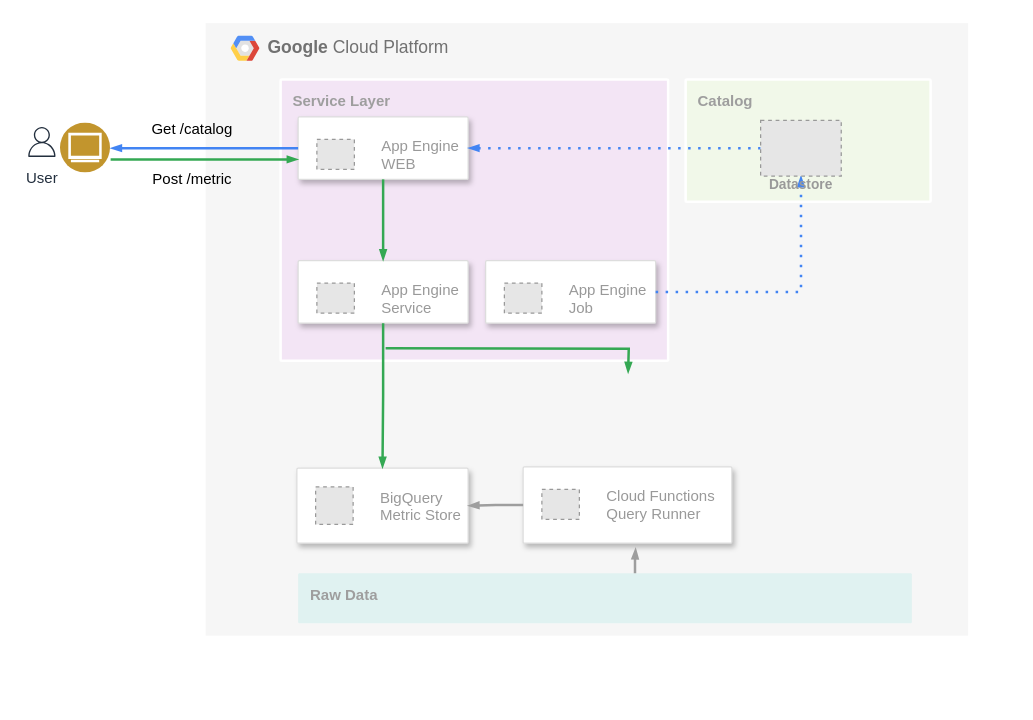
This is Azure/Untitled Diagram.drawio from yiben-zhengjing/CloudStudy, a draw.io file, before an edit. Source tidied: cells renumbered, new cells numbered last; positions are measured from the earlier drawing's top-left corner, leaving out a move shared by most shapes. Both pictures are drawn from the tidied source at 125%, with x=0, y=0 at pixel (22, 22). Pictures stored in the file or linked from it are replaced by grey dashed boxes.
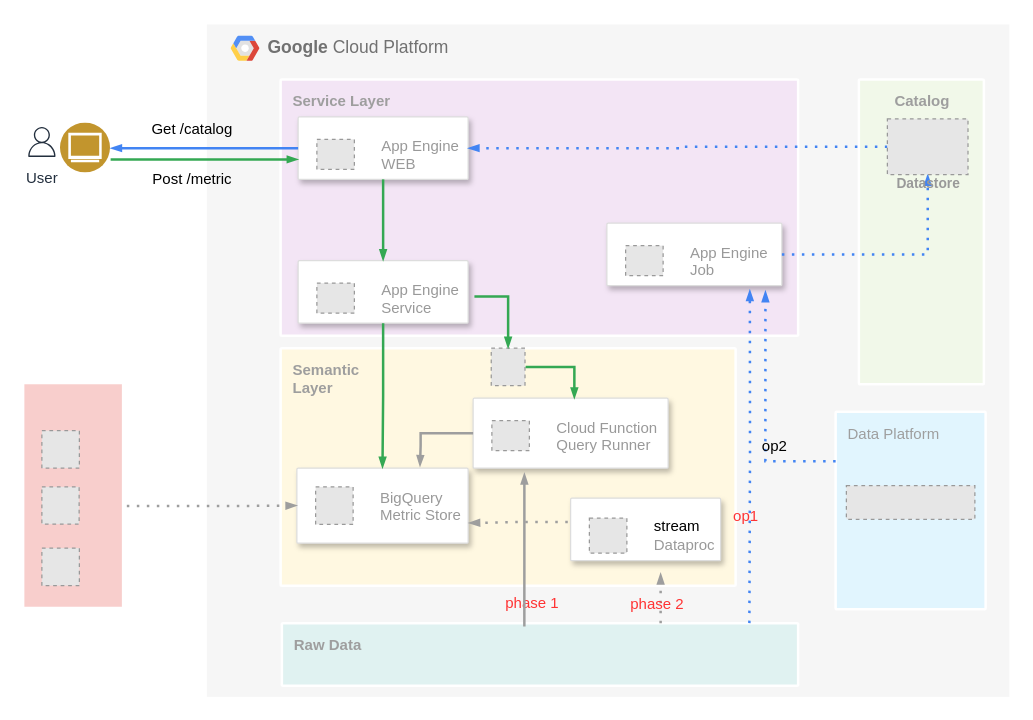
After the change.

The change refers to these unchanged cells:
```xml
<mxCell id="16" style="strokeColor=#dddddd;shadow=1;strokeWidth=1;rounded=1;absoluteArcSize=1;arcSize=2;labelBackgroundColor=none;fontColor=none;" parent="1" vertex="1">
  <mxGeometry x="220" y="190" width="136" height="50" as="geometry" />
</mxCell>
<mxCell id="20" style="strokeColor=#dddddd;shadow=1;strokeWidth=1;rounded=1;absoluteArcSize=1;arcSize=2;labelBackgroundColor=none;fontColor=none;" parent="1" vertex="1">
  <mxGeometry x="219" y="356" width="137" height="60" as="geometry" />
</mxCell>
```

What changed in the source:
```diff
@@
+    <mxCell id="31" style="whiteSpace=wrap;html=1;labelBackgroundColor=none;strokeColor=#FFFFFF;strokeWidth=2;fillColor=#f8cecc;" parent="1" vertex="1">
+      <mxGeometry y="287.9" width="80" height="180" as="geometry" />
+    </mxCell>
@@
-    <mxCell id="3" value="&lt;b&gt;Google &lt;/b&gt;Cloud Platform" style="fillColor=#F6F6F6;strokeColor=none;shadow=0;gradientColor=none;fontSize=14;align=left;spacing=10;fontColor=#717171;9E9E9E;verticalAlign=top;spacingTop=-4;fontStyle=0;spacingLeft=40;html=1;" parent="1" vertex="1">
-      <mxGeometry x="146" width="610" height="490" as="geometry" />
+    <mxCell id="3" value="&lt;b&gt;Google &lt;/b&gt;Cloud Platform" style="fillColor=#F6F6F6;strokeColor=#FFFFFF;shadow=0;gradientColor=none;fontSize=14;align=left;spacing=10;fontColor=#717171;9E9E9E;verticalAlign=top;spacingTop=-4;fontStyle=0;spacingLeft=40;html=1;strokeWidth=2;" parent="1" vertex="1">
+      <mxGeometry x="146" width="644" height="540" as="geometry" />
     </mxCell>
+    <mxCell id="32" value="Data Platform" style="sketch=0;points=[[0,0,0],[0.25,0,0],[0.5,0,0],[0.75,0,0],[1,0,0],[1,0.25,0],[1,0.5,0],[1,0.75,0],[1,1,0],[0.75,1,0],[0.5,1,0],[0.25,1,0],[0,1,0],[0,0.75,0],[0,0.5,0],[0,0.25,0]];rounded=1;absoluteArcSize=1;arcSize=2;html=1;strokeColor=#FFFFFF;gradientColor=none;shadow=0;dashed=0;fontSize=12;fontColor=#9E9E9E;align=left;verticalAlign=top;spacing=10;spacingTop=-4;fillColor=#E1F5FE;labelBackgroundColor=none;strokeWidth=2;" parent="1" vertex="1">
+      <mxGeometry x="650" y="310.9" width="120" height="158" as="geometry" />
+    </mxCell>
+    <mxCell id="33" value="&lt;b&gt;Semantic&lt;br&gt;Layer&lt;/b&gt;" style="sketch=0;rounded=1;absoluteArcSize=1;arcSize=2;html=1;strokeColor=#FFFFFF;gradientColor=none;shadow=0;dashed=0;fontSize=12;fontColor=#9E9E9E;align=left;verticalAlign=top;spacing=10;spacingTop=-4;fillColor=#FFF8E1;labelBackgroundColor=none;strokeWidth=2;" parent="1" vertex="1">
+      <mxGeometry x="206" y="260" width="364" height="190" as="geometry" />
+    </mxCell>
@@
-    <mxCell id="6" value="&lt;b&gt;Catalog&lt;/b&gt;" style="sketch=0;rounded=1;absoluteArcSize=1;arcSize=2;html=1;strokeColor=#FFFFFF;gradientColor=none;shadow=0;dashed=0;fontSize=12;fontColor=#9E9E9E;align=left;verticalAlign=top;spacing=10;spacingTop=-4;fillColor=#F1F8E9;labelBackgroundColor=none;strokeWidth=2;" parent="1" vertex="1">
-      <mxGeometry x="530" y="45" width="196" height="97.8" as="geometry" />
+    <mxCell id="6" value="&lt;b&gt;Catalog&lt;/b&gt;" style="sketch=0;rounded=1;absoluteArcSize=1;arcSize=2;html=1;strokeColor=#FFFFFF;gradientColor=none;shadow=0;dashed=0;fontSize=12;fontColor=#9E9E9E;align=center;verticalAlign=top;spacing=10;spacingTop=-4;fillColor=#F1F8E9;labelBackgroundColor=none;strokeWidth=2;" parent="1" vertex="1">
+      <mxGeometry x="668.6" y="45" width="100" height="243.9" as="geometry" />
     </mxCell>
@@
     <mxCell id="8" value="&lt;b&gt;Service Layer&lt;/b&gt;" style="sketch=0;rounded=1;absoluteArcSize=1;arcSize=2;html=1;strokeColor=#FFFFFF;gradientColor=none;shadow=0;dashed=0;fontSize=12;fontColor=#9E9E9E;align=left;verticalAlign=top;spacing=10;spacingTop=-4;fillColor=#F3E5F5;strokeWidth=2;" parent="1" vertex="1">
-      <mxGeometry x="206" y="45" width="310" height="225" as="geometry" />
+      <mxGeometry x="206" y="45" width="414" height="205" as="geometry" />
     </mxCell>
@@
     <mxCell id="11" style="strokeColor=#dddddd;shadow=1;strokeWidth=1;rounded=1;absoluteArcSize=1;arcSize=2;labelBackgroundColor=none;fontColor=none;" parent="1" vertex="1">
-      <mxGeometry x="370" y="190" width="136" height="50" as="geometry" />
+      <mxGeometry x="467" y="160" width="140" height="50" as="geometry" />
     </mxCell>
@@
     <mxCell id="15" value="Datastore" style="fillColor=#E6E6E6;strokeColor=#999999;dashed=1;html=1;verticalAlign=top;labelPosition=center;verticalLabelPosition=bottom;align=center;spacingTop=-6;fontSize=11;fontStyle=1;fontColor=#999999;labelBackgroundColor=none;" parent="1" vertex="1">
-      <mxGeometry x="590" y="77.8" width="64.5" height="44.5" as="geometry" />
+      <mxGeometry x="691.4" y="76.6" width="64.5" height="44.5" as="geometry" />
     </mxCell>
@@
     <mxCell id="18" style="strokeColor=#dddddd;shadow=1;strokeWidth=1;rounded=1;absoluteArcSize=1;arcSize=2;labelBackgroundColor=none;fontColor=none;" parent="1" vertex="1">
-      <mxGeometry x="400" y="355" width="167" height="61" as="geometry" />
+      <mxGeometry x="360" y="300" width="156" height="56" as="geometry" />
     </mxCell>
-    <mxCell id="19" value="Cloud Functions&#10;Query Runner" style="fillColor=#E6E6E6;strokeColor=#999999;dashed=1;fontColor=#999999;verticalLabelPosition=middle;labelBackgroundColor=#ffffff;verticalAlign=middle;labelPosition=right;align=left;spacingLeft=20;" parent="18" vertex="1">
+    <mxCell id="19" value="Cloud Function&#10;Query Runner" style="fillColor=#E6E6E6;strokeColor=#999999;dashed=1;fontColor=#999999;verticalLabelPosition=middle;labelBackgroundColor=#ffffff;verticalAlign=middle;labelPosition=right;align=left;spacingLeft=20;" parent="18" vertex="1">
       <mxGeometry width="30" height="24" relative="1" as="geometry">
         <mxPoint x="15" y="18" as="offset" />
       </mxGeometry>
     </mxCell>
@@
-    <mxCell id="27" value="&lt;b&gt;Raw Data&lt;/b&gt;" style="sketch=0;rounded=1;absoluteArcSize=1;arcSize=2;html=1;strokeColor=none;gradientColor=none;shadow=0;dashed=0;fontSize=12;fontColor=#9E9E9E;align=left;verticalAlign=top;spacing=10;spacingTop=-4;fillColor=#E0F2F1;labelBackgroundColor=none;strokeWidth=2;" parent="1" vertex="1">
-      <mxGeometry x="220" y="440" width="491" height="40" as="geometry" />
+    <mxCell id="27" value="&lt;b&gt;Raw Data&lt;/b&gt;" style="sketch=0;rounded=1;absoluteArcSize=1;arcSize=2;html=1;strokeColor=#FFFFFF;gradientColor=none;shadow=0;dashed=0;fontSize=12;fontColor=#9E9E9E;align=left;verticalAlign=top;spacing=10;spacingTop=-4;fillColor=#E0F2F1;labelBackgroundColor=none;strokeWidth=2;" parent="1" vertex="1">
+      <mxGeometry x="207" y="480" width="413" height="50" as="geometry" />
     </mxCell>
-    <mxCell id="28" style="edgeStyle=orthogonalEdgeStyle;fontSize=12;html=1;endArrow=blockThin;endFill=1;rounded=0;strokeWidth=2;endSize=4;startSize=4;dashed=0;strokeColor=#9E9E9E;fontColor=none;" parent="1" edge="1">
-      <mxGeometry relative="1" as="geometry">
-        <mxPoint x="489.5" y="440" as="sourcePoint" />
-        <mxPoint x="490" y="420" as="targetPoint" />
-        <Array as="points">
-          <mxPoint x="490" y="430" />
-          <mxPoint x="490" y="430" />
-        </Array>
-      </mxGeometry>
-    </mxCell>
-    <mxCell id="29" style="edgeStyle=orthogonalEdgeStyle;fontSize=12;html=1;endArrow=blockThin;endFill=1;rounded=0;strokeWidth=2;endSize=4;startSize=4;dashed=0;strokeColor=#9E9E9E;fontColor=none;exitX=0;exitY=0.5;exitDx=0;exitDy=0;entryX=1;entryY=0.5;entryDx=0;entryDy=0;" parent="1" edge="1" source="18" target="20">
-      <mxGeometry relative="1" as="geometry" />
+    <mxCell id="29" style="edgeStyle=orthogonalEdgeStyle;fontSize=12;html=1;endArrow=blockThin;endFill=1;rounded=0;strokeWidth=2;endSize=4;startSize=4;dashed=0;strokeColor=#9E9E9E;fontColor=none;exitX=0;exitY=0.5;exitDx=0;exitDy=0;entryX=0.719;entryY=-0.022;entryDx=0;entryDy=0;entryPerimeter=0;" parent="1" edge="1" source="18" target="20">
+      <mxGeometry relative="1" as="geometry">
+        <Array as="points">
+          <mxPoint x="318" y="338" />
+          <mxPoint x="318" y="350" />
+        </Array>
+      </mxGeometry>
     </mxCell>
-    <mxCell id="30" style="edgeStyle=orthogonalEdgeStyle;fontSize=12;html=1;endArrow=blockThin;endFill=1;rounded=0;strokeWidth=2;endSize=4;startSize=4;strokeColor=#34A853;dashed=0;fontColor=none;" parent="1" edge="1">
-      <mxGeometry relative="1" as="geometry">
-        <mxPoint x="290" y="260" as="sourcePoint" />
-        <mxPoint x="484" y="280" as="targetPoint" />
-      </mxGeometry>
-    </mxCell>
+    <mxCell id="34" style="fillColor=#E6E6E6;strokeColor=#999999;dashed=1;verticalLabelPosition=bottom;labelBackgroundColor=#ffffff;verticalAlign=top;fontColor=none;" parent="1" vertex="1">
+      <mxGeometry x="374.5" y="260" width="27" height="30" as="geometry" />
+    </mxCell>
+    <mxCell id="35" style="fillColor=#E6E6E6;strokeColor=#999999;dashed=1;html=1;verticalAlign=top;verticalLabelPosition=bottom;labelBackgroundColor=#ffffff;fontColor=none;" parent="1" vertex="1">
+      <mxGeometry x="15" y="326" width="30" height="30" as="geometry" />
+    </mxCell>
+    <mxCell id="36" style="edgeStyle=orthogonalEdgeStyle;fontSize=12;html=1;endArrow=blockThin;endFill=1;rounded=0;strokeWidth=2;endSize=4;startSize=4;dashed=1;dashPattern=1 3;strokeColor=#4284F3;fontColor=none;entryX=0.817;entryY=1.067;entryDx=0;entryDy=0;entryPerimeter=0;" parent="1" edge="1" target="11">
+      <mxGeometry relative="1" as="geometry">
+        <mxPoint x="581" y="480" as="sourcePoint" />
+      </mxGeometry>
+    </mxCell>
+    <mxCell id="37" style="fillColor=#E6E6E6;strokeColor=#999999;dashed=1;html=1;verticalAlign=top;verticalLabelPosition=bottom;labelBackgroundColor=#ffffff;fontColor=none;" parent="1" vertex="1">
+      <mxGeometry x="15" y="420" width="30" height="30" as="geometry" />
+    </mxCell>
+    <mxCell id="38" style="edgeStyle=orthogonalEdgeStyle;fontSize=12;html=1;endArrow=blockThin;endFill=1;rounded=0;strokeWidth=2;endSize=4;startSize=4;dashed=1;dashPattern=1 3;strokeColor=#9E9E9E;fontColor=none;entryX=0;entryY=0.5;entryDx=0;entryDy=0;exitX=1.037;exitY=0.547;exitDx=0;exitDy=0;exitPerimeter=0;" parent="1" edge="1" source="31" target="20">
+      <mxGeometry relative="1" as="geometry" />
+    </mxCell>
+    <mxCell id="39" style="fillColor=#E6E6E6;strokeColor=#999999;dashed=1;verticalLabelPosition=bottom;labelBackgroundColor=default;verticalAlign=top;" parent="1" vertex="1">
+      <mxGeometry x="658.6" y="370" width="102.8" height="26.9" as="geometry" />
+    </mxCell>
+    <mxCell id="40" style="edgeStyle=orthogonalEdgeStyle;fontSize=12;html=1;endArrow=blockThin;endFill=1;rounded=0;strokeWidth=2;endSize=4;startSize=4;dashed=1;dashPattern=1 3;strokeColor=#4284F3;fontColor=none;exitX=0;exitY=0.25;exitDx=0;exitDy=0;exitPerimeter=0;entryX=0.906;entryY=1.084;entryDx=0;entryDy=0;entryPerimeter=0;" parent="1" edge="1" source="32" target="11">
+      <mxGeometry relative="1" as="geometry" />
+    </mxCell>
+    <mxCell id="41" value="&lt;font color=&quot;#ff3333&quot;&gt;op1&lt;/font&gt;" style="text;html=1;align=center;verticalAlign=middle;fillColor=none;strokeColor=none;rounded=0;labelBackgroundColor=none;strokeWidth=2;fontColor=none;" parent="1" vertex="1">
+      <mxGeometry x="558" y="380" width="40" height="30" as="geometry" />
+    </mxCell>
+    <mxCell id="42" value="op2" style="text;html=1;align=center;verticalAlign=middle;fillColor=none;strokeColor=none;rounded=0;labelBackgroundColor=none;strokeWidth=2;fontColor=none;" parent="1" vertex="1">
+      <mxGeometry x="581" y="324" width="40" height="30" as="geometry" />
+    </mxCell>
+    <mxCell id="43" style="fillColor=#E6E6E6;strokeColor=#999999;dashed=1;verticalLabelPosition=bottom;labelBackgroundColor=default;verticalAlign=top;" parent="1" vertex="1">
+      <mxGeometry x="15" y="371" width="29.8" height="29.8" as="geometry" />
+    </mxCell>
+    <mxCell id="44" style="edgeStyle=orthogonalEdgeStyle;fontSize=12;html=1;endArrow=blockThin;endFill=1;rounded=0;strokeWidth=2;endSize=4;startSize=4;strokeColor=#34A853;dashed=0;fontColor=none;exitX=1.037;exitY=0.573;exitDx=0;exitDy=0;exitPerimeter=0;" parent="1" edge="1" source="16" target="34">
+      <mxGeometry relative="1" as="geometry" />
+    </mxCell>
+    <mxCell id="45" value="&lt;font color=&quot;#ff3333&quot;&gt;phase 1&lt;/font&gt;" style="text;html=1;align=center;verticalAlign=middle;points=[];fillColor=none;strokeColor=none;rounded=0;labelBackgroundColor=none;strokeWidth=2;fontColor=none;" parent="1" vertex="1">
+      <mxGeometry x="372" y="449" width="70" height="30" as="geometry" />
+    </mxCell>
+    <mxCell id="46" style="strokeColor=#dddddd;shadow=1;strokeWidth=1;rounded=1;absoluteArcSize=1;arcSize=2;labelBackgroundColor=none;fontColor=#FF3333;" parent="1" vertex="1">
+      <mxGeometry x="438" y="380" width="120" height="50" as="geometry" />
+    </mxCell>
+    <mxCell id="47" value="&lt;font color=&quot;#000000&quot;&gt;stream&lt;/font&gt;&lt;br&gt;Dataproc" style="fillColor=#E6E6E6;strokeColor=#999999;dashed=1;html=1;fontColor=#999999;verticalLabelPosition=middle;labelBackgroundColor=#ffffff;verticalAlign=middle;labelPosition=right;align=left;spacingLeft=20;" parent="46" vertex="1">
+      <mxGeometry width="30" height="28" relative="1" as="geometry">
+        <mxPoint x="15" y="16" as="offset" />
+      </mxGeometry>
+    </mxCell>
+    <mxCell id="48" style="edgeStyle=orthogonalEdgeStyle;fontSize=12;html=1;endArrow=blockThin;endFill=1;rounded=0;strokeWidth=2;endSize=4;startSize=4;dashed=1;dashPattern=1 3;strokeColor=#9E9E9E;fontColor=#FF3333;" parent="1" edge="1">
+      <mxGeometry relative="1" as="geometry">
+        <mxPoint x="510" y="480" as="sourcePoint" />
+        <mxPoint x="510" y="440" as="targetPoint" />
+      </mxGeometry>
+    </mxCell>
+    <mxCell id="49" value="&lt;font color=&quot;#ff3333&quot;&gt;phase 2&lt;/font&gt;" style="text;html=1;align=center;verticalAlign=middle;fillColor=none;strokeColor=none;rounded=0;labelBackgroundColor=none;strokeWidth=2;fontColor=none;" parent="1" vertex="1">
+      <mxGeometry x="472" y="450" width="70" height="30" as="geometry" />
+    </mxCell>
+    <mxCell id="50" style="edgeStyle=orthogonalEdgeStyle;fontSize=12;html=1;endArrow=blockThin;endFill=1;rounded=0;strokeWidth=2;endSize=4;startSize=4;dashed=1;dashPattern=1 3;strokeColor=#9E9E9E;fontColor=#FF3333;exitX=-0.019;exitY=0.382;exitDx=0;exitDy=0;exitPerimeter=0;entryX=1.004;entryY=0.733;entryDx=0;entryDy=0;entryPerimeter=0;" parent="1" edge="1" source="46" target="20">
+      <mxGeometry relative="1" as="geometry" />
+    </mxCell>
+    <mxCell id="51" style="edgeStyle=orthogonalEdgeStyle;fontSize=12;html=1;endArrow=blockThin;endFill=1;rounded=0;strokeWidth=2;endSize=4;startSize=4;strokeColor=#34A853;dashed=0;fontColor=#FF3333;entryX=0.519;entryY=0.008;entryDx=0;entryDy=0;entryPerimeter=0;" parent="1" edge="1" target="18">
+      <mxGeometry relative="1" as="geometry">
+        <mxPoint x="402" y="275" as="sourcePoint" />
+        <Array as="points">
+          <mxPoint x="402" y="275" />
+          <mxPoint x="441" y="275" />
+        </Array>
+      </mxGeometry>
+    </mxCell>
+    <mxCell id="52" style="edgeStyle=orthogonalEdgeStyle;fontSize=12;html=1;endArrow=blockThin;endFill=1;rounded=0;strokeWidth=2;endSize=4;startSize=4;dashed=0;strokeColor=#9E9E9E;fontColor=#FF3333;exitX=0.414;exitY=1.122;exitDx=0;exitDy=0;exitPerimeter=0;" parent="1" edge="1" source="45">
+      <mxGeometry relative="1" as="geometry">
+        <mxPoint x="401" y="360" as="targetPoint" />
+      </mxGeometry>
+    </mxCell>
```
